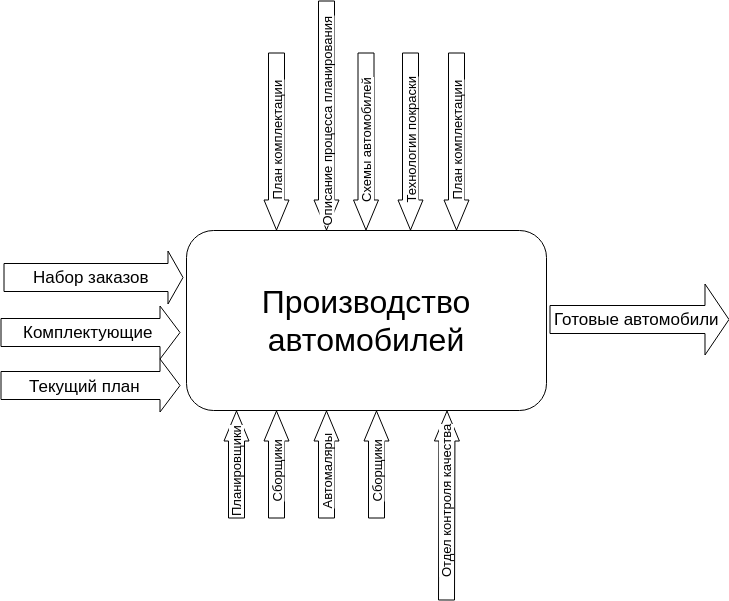
ValchukDmitry/practice-software-engineering keeps this draw.io diagram as sheme/IDEF0-0.png. Above is the earlier version. Source tidied: cells renumbered, new cells last; positions are measured from the earlier drawing's top-left corner, leaving out a move shared by most shapes.
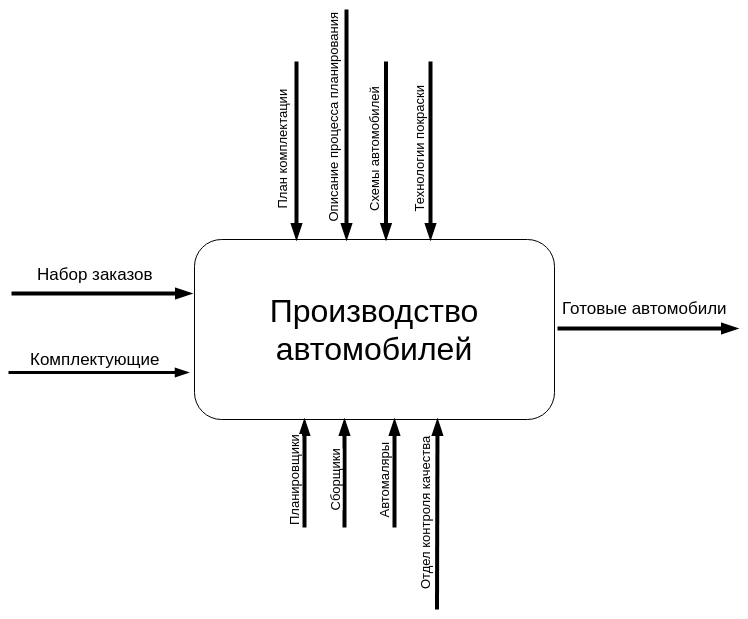
Later version of the same file.

The edit, as a diff of the source:
```diff
@@ -5,29 +5,29 @@
     <mxCell id="2" value="&lt;span style=&quot;font-size: 32px&quot;&gt;Производство автомобилей&lt;/span&gt;" style="rounded=1;whiteSpace=wrap;html=1;" parent="1" vertex="1">
       <mxGeometry x="186" y="230" width="360" height="180" as="geometry" />
     </mxCell>
-    <mxCell id="3" style="shape=flexArrow;endArrow=classic;html=1;endWidth=24;endSize=4.67;width=28;" parent="1" edge="1">
+    <mxCell id="3" style="endArrow=blockThin;html=1;endWidth=24;endFill=1;strokeWidth=4;" parent="1" edge="1">
       <mxGeometry relative="1" as="geometry">
-        <mxPoint x="3" y="277" as="sourcePoint" />
-        <mxPoint x="183" y="277" as="targetPoint" />
+        <mxPoint x="3" y="284" as="sourcePoint" />
+        <mxPoint x="183" y="284" as="targetPoint" />
       </mxGeometry>
     </mxCell>
     <mxCell id="4" value="&lt;font style=&quot;font-size: 17px&quot;&gt;Набор заказов&lt;/font&gt;&lt;br&gt;" style="text;html=1;align=center;verticalAlign=middle;labelBackgroundColor=#ffffff;" parent="3" vertex="1">
       <mxGeometry x="0.29" y="1" relative="1" as="geometry">
-        <mxPoint x="-29" as="offset" />
+        <mxPoint x="-33" y="-19" as="offset" />
       </mxGeometry>
     </mxCell>
-    <mxCell id="5" style="shape=flexArrow;endArrow=classic;html=1;endWidth=24;endSize=6.33;width=28;" parent="1" edge="1">
+    <mxCell id="5" style="endArrow=blockThin;html=1;endWidth=24;strokeWidth=3;endFill=1;" parent="1" edge="1">
       <mxGeometry relative="1" as="geometry">
-        <mxPoint y="332" as="sourcePoint" />
-        <mxPoint x="180" y="332" as="targetPoint" />
+        <mxPoint y="363" as="sourcePoint" />
+        <mxPoint x="180" y="363" as="targetPoint" />
       </mxGeometry>
     </mxCell>
     <mxCell id="6" value="&lt;font style=&quot;font-size: 17px&quot;&gt;Комплектующие&lt;/font&gt;&lt;br&gt;" style="text;html=1;align=center;verticalAlign=middle;labelBackgroundColor=#ffffff;" parent="5" vertex="1">
       <mxGeometry x="0.29" y="1" relative="1" as="geometry">
-        <mxPoint x="-29" as="offset" />
+        <mxPoint x="-30" y="-13" as="offset" />
       </mxGeometry>
     </mxCell>
-    <mxCell id="7" style="shape=flexArrow;endArrow=classic;html=1;endWidth=42;endSize=7.67;width=28;" parent="1" edge="1">
+    <mxCell id="7" style="endArrow=blockThin;html=1;endWidth=42;strokeWidth=4;endFill=1;" parent="1" edge="1">
       <mxGeometry relative="1" as="geometry">
         <mxPoint x="549" y="319" as="sourcePoint" />
         <mxPoint x="729" y="319" as="targetPoint" />
@@ -35,128 +35,95 @@
     </mxCell>
     <mxCell id="8" value="&lt;font style=&quot;font-size: 17px&quot;&gt;Готовые автомобили&lt;/font&gt;&lt;br&gt;" style="text;html=1;align=center;verticalAlign=middle;labelBackgroundColor=#ffffff;" parent="7" vertex="1">
       <mxGeometry x="0.29" y="1" relative="1" as="geometry">
-        <mxPoint x="-29" as="offset" />
+        <mxPoint x="-29" y="-20" as="offset" />
       </mxGeometry>
     </mxCell>
-    <mxCell id="9" style="shape=flexArrow;endArrow=classic;html=1;endWidth=24;endSize=6.33;width=28;" parent="1" edge="1">
-      <mxGeometry relative="1" as="geometry">
-        <mxPoint y="385" as="sourcePoint" />
-        <mxPoint x="180" y="385" as="targetPoint" />
-      </mxGeometry>
-    </mxCell>
-    <mxCell id="10" value="&lt;span style=&quot;font-size: 17px&quot;&gt;Текущий план&lt;/span&gt;" style="text;html=1;align=center;verticalAlign=middle;labelBackgroundColor=#ffffff;" parent="9" vertex="1">
-      <mxGeometry x="0.29" y="1" relative="1" as="geometry">
-        <mxPoint x="-32" y="1" as="offset" />
-      </mxGeometry>
-    </mxCell>
-    <mxCell id="11" style="shape=flexArrow;endArrow=classic;html=1;endWidth=8;endSize=9.67;width=16;" parent="1" edge="1">
+    <mxCell id="11" style="endArrow=blockThin;html=1;endWidth=8;strokeWidth=4;endFill=1;" parent="1" edge="1">
       <mxGeometry relative="1" as="geometry">
-        <mxPoint x="276" y="52" as="sourcePoint" />
-        <mxPoint x="276" y="230" as="targetPoint" />
+        <mxPoint x="288" y="52" as="sourcePoint" />
+        <mxPoint x="288" y="230" as="targetPoint" />
       </mxGeometry>
     </mxCell>
     <mxCell id="12" value="&lt;span style=&quot;font-size: 13px&quot;&gt;План комплектации&lt;br&gt;&lt;/span&gt;" style="text;html=1;align=center;verticalAlign=middle;labelBackgroundColor=#ffffff;rotation=-90;" parent="11" vertex="1">
       <mxGeometry x="0.29" y="1" relative="1" as="geometry">
-        <mxPoint x="-2" y="-27" as="offset" />
+        <mxPoint x="-17" y="-27" as="offset" />
       </mxGeometry>
     </mxCell>
-    <mxCell id="13" style="shape=flexArrow;endArrow=classic;html=1;endWidth=8;endSize=9.67;width=16;" parent="1" edge="1">
+    <mxCell id="13" style="endArrow=blockThin;html=1;endWidth=8;strokeWidth=4;endFill=1;" parent="1" edge="1">
       <mxGeometry relative="1" as="geometry">
-        <mxPoint x="326" as="sourcePoint" />
-        <mxPoint x="326" y="230" as="targetPoint" />
+        <mxPoint x="338" as="sourcePoint" />
+        <mxPoint x="338" y="230" as="targetPoint" />
       </mxGeometry>
     </mxCell>
     <mxCell id="14" value="&lt;span style=&quot;font-size: 13px&quot;&gt;Описание процесса планирования&lt;br&gt;&lt;/span&gt;" style="text;html=1;align=center;verticalAlign=middle;labelBackgroundColor=#ffffff;rotation=-90;" parent="13" vertex="1">
       <mxGeometry x="0.29" y="1" relative="1" as="geometry">
-        <mxPoint x="-2" y="-27" as="offset" />
+        <mxPoint x="-16" y="-40" as="offset" />
       </mxGeometry>
     </mxCell>
-    <mxCell id="15" style="shape=flexArrow;endArrow=classic;html=1;endWidth=8;endSize=9.67;width=16;" parent="1" edge="1">
+    <mxCell id="15" style="endArrow=blockThin;html=1;endWidth=8;strokeWidth=4;endFill=1;" parent="1" edge="1">
       <mxGeometry relative="1" as="geometry">
-        <mxPoint x="365.5" y="52" as="sourcePoint" />
-        <mxPoint x="365.5" y="230" as="targetPoint" />
+        <mxPoint x="377.5" y="52" as="sourcePoint" />
+        <mxPoint x="377.5" y="230" as="targetPoint" />
       </mxGeometry>
     </mxCell>
     <mxCell id="16" value="&lt;span style=&quot;font-size: 13px&quot;&gt;Схемы автомобилей&lt;br&gt;&lt;/span&gt;" style="text;html=1;align=center;verticalAlign=middle;labelBackgroundColor=#ffffff;rotation=-90;" parent="15" vertex="1">
       <mxGeometry x="0.29" y="1" relative="1" as="geometry">
-        <mxPoint x="-2" y="-27" as="offset" />
+        <mxPoint x="-14" y="-27" as="offset" />
       </mxGeometry>
     </mxCell>
-    <mxCell id="17" style="shape=flexArrow;endArrow=classic;html=1;endWidth=8;endSize=9.67;width=16;" parent="1" edge="1">
+    <mxCell id="17" style="endArrow=blockThin;html=1;endWidth=8;strokeWidth=4;endFill=1;" parent="1" edge="1">
       <mxGeometry relative="1" as="geometry">
-        <mxPoint x="410" y="52" as="sourcePoint" />
-        <mxPoint x="410" y="230" as="targetPoint" />
+        <mxPoint x="422" y="52" as="sourcePoint" />
+        <mxPoint x="422" y="230" as="targetPoint" />
       </mxGeometry>
     </mxCell>
     <mxCell id="18" value="&lt;span style=&quot;font-size: 13px&quot;&gt;Технологии покраски&lt;br&gt;&lt;/span&gt;" style="text;html=1;align=center;verticalAlign=middle;labelBackgroundColor=#ffffff;rotation=-90;" parent="17" vertex="1">
       <mxGeometry x="0.29" y="1" relative="1" as="geometry">
-        <mxPoint x="-2" y="-27" as="offset" />
+        <mxPoint x="-14" y="-27" as="offset" />
       </mxGeometry>
     </mxCell>
-    <mxCell id="19" style="shape=flexArrow;endArrow=classic;html=1;endWidth=8;endSize=9.67;width=16;" parent="1" edge="1">
-      <mxGeometry relative="1" as="geometry">
-        <mxPoint x="456" y="52" as="sourcePoint" />
-        <mxPoint x="456" y="230" as="targetPoint" />
-      </mxGeometry>
-    </mxCell>
-    <mxCell id="20" value="&lt;span style=&quot;font-size: 13px&quot;&gt;План комплектации&lt;br&gt;&lt;/span&gt;" style="text;html=1;align=center;verticalAlign=middle;labelBackgroundColor=#ffffff;rotation=-90;" parent="19" vertex="1">
-      <mxGeometry x="0.29" y="1" relative="1" as="geometry">
-        <mxPoint x="-2" y="-27" as="offset" />
-      </mxGeometry>
-    </mxCell>
-    <mxCell id="21" style="shape=flexArrow;endArrow=classic;html=1;endWidth=8;endSize=9.67;width=16;" parent="1" edge="1">
+    <mxCell id="21" style="endArrow=blockThin;html=1;endWidth=8;strokeWidth=4;endFill=1;" parent="1" edge="1">
       <mxGeometry relative="1" as="geometry">
-        <mxPoint x="236" y="518" as="sourcePoint" />
-        <mxPoint x="236" y="410" as="targetPoint" />
+        <mxPoint x="296" y="518" as="sourcePoint" />
+        <mxPoint x="296" y="410" as="targetPoint" />
       </mxGeometry>
     </mxCell>
     <mxCell id="22" value="&lt;span style=&quot;font-size: 13px&quot;&gt;Планировщики&lt;/span&gt;" style="text;html=1;align=center;verticalAlign=middle;labelBackgroundColor=#ffffff;rotation=-90;" parent="21" vertex="1">
       <mxGeometry x="0.29" y="1" relative="1" as="geometry">
-        <mxPoint y="23" as="offset" />
+        <mxPoint x="-10" y="23" as="offset" />
       </mxGeometry>
     </mxCell>
-    <mxCell id="23" style="shape=flexArrow;endArrow=classic;html=1;endWidth=8;endSize=9.67;width=16;" parent="1" edge="1">
+    <mxCell id="23" style="endArrow=blockThin;html=1;endWidth=8;strokeWidth=4;endFill=1;" parent="1" edge="1">
       <mxGeometry relative="1" as="geometry">
-        <mxPoint x="276" y="518" as="sourcePoint" />
-        <mxPoint x="276" y="410" as="targetPoint" />
+        <mxPoint x="336" y="518" as="sourcePoint" />
+        <mxPoint x="336" y="410" as="targetPoint" />
       </mxGeometry>
     </mxCell>
     <mxCell id="24" value="&lt;span style=&quot;font-size: 13px&quot;&gt;Сборщики&lt;br&gt;&lt;/span&gt;" style="text;html=1;align=center;verticalAlign=middle;labelBackgroundColor=#ffffff;rotation=-90;" parent="23" vertex="1">
       <mxGeometry x="0.29" y="1" relative="1" as="geometry">
-        <mxPoint y="23" as="offset" />
+        <mxPoint x="-10" y="23" as="offset" />
       </mxGeometry>
     </mxCell>
-    <mxCell id="25" style="shape=flexArrow;endArrow=classic;html=1;endWidth=8;endSize=9.67;width=16;" parent="1" edge="1">
+    <mxCell id="25" style="endArrow=blockThin;html=1;endWidth=8;strokeWidth=4;endFill=1;" parent="1" edge="1">
       <mxGeometry relative="1" as="geometry">
-        <mxPoint x="326" y="518" as="sourcePoint" />
-        <mxPoint x="326" y="410" as="targetPoint" />
+        <mxPoint x="386" y="518" as="sourcePoint" />
+        <mxPoint x="386" y="410" as="targetPoint" />
       </mxGeometry>
     </mxCell>
     <mxCell id="26" value="&lt;span style=&quot;font-size: 13px&quot;&gt;Автомаляры&lt;br&gt;&lt;/span&gt;" style="text;html=1;align=center;verticalAlign=middle;labelBackgroundColor=#ffffff;rotation=-90;" parent="25" vertex="1">
       <mxGeometry x="0.29" y="1" relative="1" as="geometry">
-        <mxPoint y="23" as="offset" />
+        <mxPoint x="-11" y="23" as="offset" />
       </mxGeometry>
     </mxCell>
-    <mxCell id="27" style="shape=flexArrow;endArrow=classic;html=1;endWidth=8;endSize=9.67;width=16;" parent="1" edge="1">
-      <mxGeometry relative="1" as="geometry">
-        <mxPoint x="376" y="518" as="sourcePoint" />
-        <mxPoint x="376" y="410" as="targetPoint" />
-      </mxGeometry>
-    </mxCell>
-    <mxCell id="28" value="&lt;span style=&quot;font-size: 13px&quot;&gt;Сборщики&lt;br&gt;&lt;/span&gt;" style="text;html=1;align=center;verticalAlign=middle;labelBackgroundColor=#ffffff;rotation=-90;" parent="27" vertex="1">
-      <mxGeometry x="0.29" y="1" relative="1" as="geometry">
-        <mxPoint y="23" as="offset" />
-      </mxGeometry>
-    </mxCell>
-    <mxCell id="29" style="shape=flexArrow;endArrow=classic;html=1;endWidth=8;endSize=9.67;width=16;" parent="1" edge="1">
+    <mxCell id="29" style="endArrow=blockThin;html=1;endWidth=8;strokeWidth=4;endFill=1;" parent="1" edge="1">
       <mxGeometry relative="1" as="geometry">
-        <mxPoint x="446" y="600" as="sourcePoint" />
-        <mxPoint x="446.5" y="410" as="targetPoint" />
+        <mxPoint x="428.5" y="600" as="sourcePoint" />
+        <mxPoint x="429" y="410" as="targetPoint" />
       </mxGeometry>
     </mxCell>
     <mxCell id="30" value="&lt;span style=&quot;font-size: 13px&quot;&gt;Отдел контроля качества&lt;br&gt;&lt;/span&gt;" style="text;html=1;align=center;verticalAlign=middle;labelBackgroundColor=#ffffff;rotation=-90;" parent="29" vertex="1">
       <mxGeometry x="0.29" y="1" relative="1" as="geometry">
-        <mxPoint y="23" as="offset" />
+        <mxPoint x="-12" y="26" as="offset" />
       </mxGeometry>
     </mxCell>
   </root>
```
